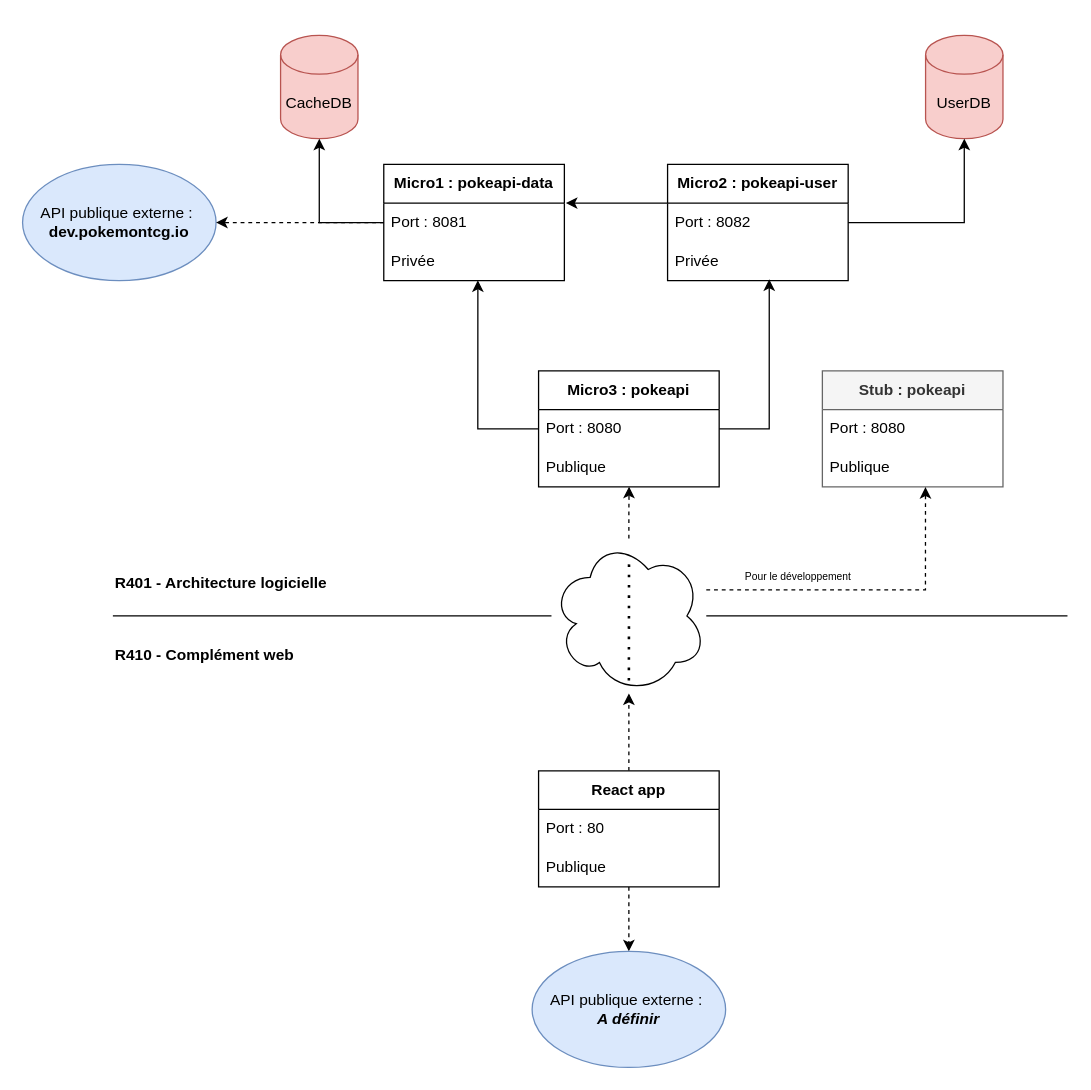
This is commun/Architecture-globale.drawio from PolLamothe/Pokapi, a draw.io file, before an edit. Source tidied: cells renumbered, new cells numbered last; positions are measured from the earlier drawing's top-left corner, leaving out a move shared by most shapes. Both pictures are drawn from the tidied source at 129%, with x=0, y=0 at pixel (22, 35).
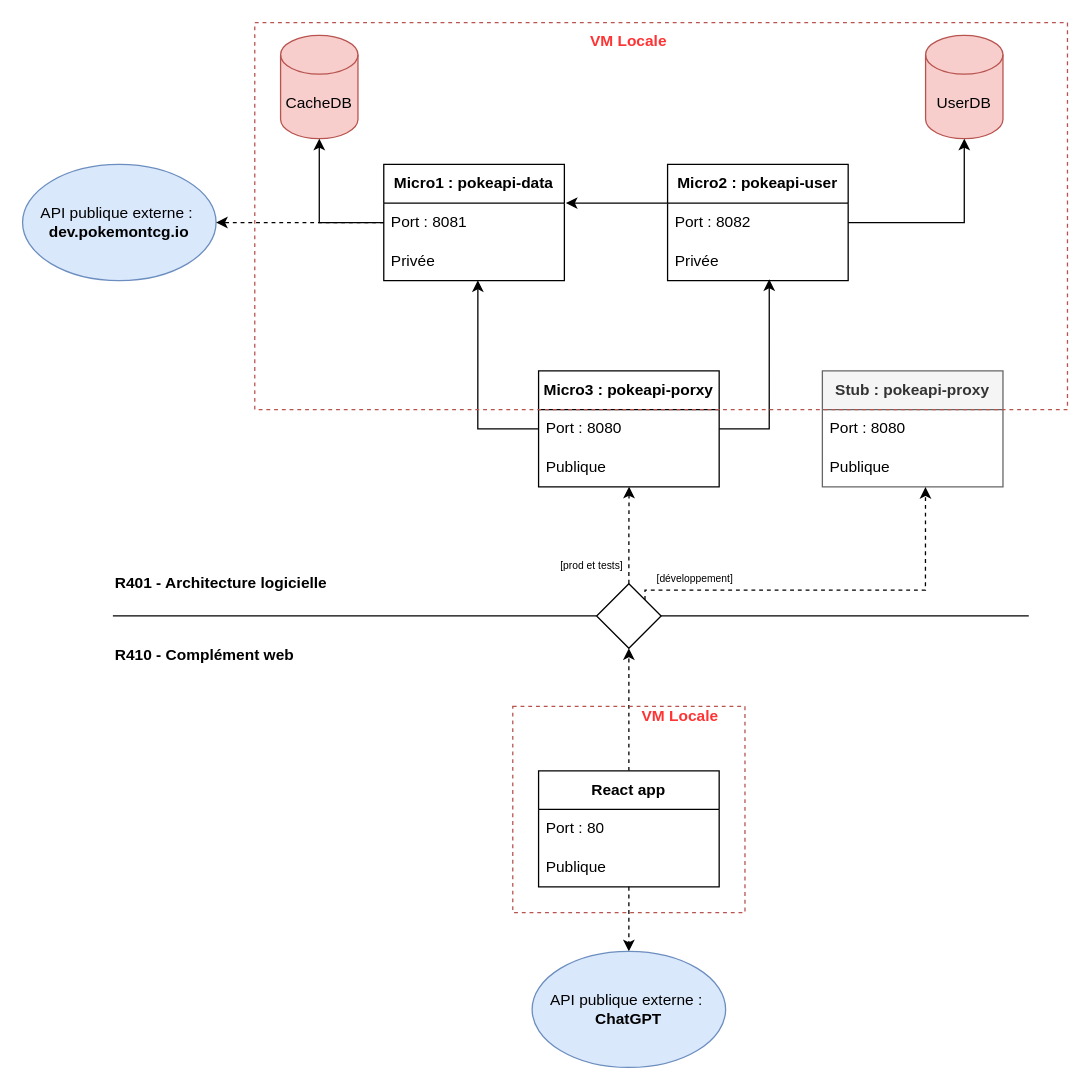
The same page after the edit.

The change refers to these unchanged cells:
```xml
<mxCell id="20" value="Publique" style="text;strokeColor=none;fillColor=none;align=left;verticalAlign=middle;spacingLeft=4;spacingRight=4;overflow=hidden;points=[[0,0.5],[1,0.5]];portConstraint=eastwest;whiteSpace=wrap;html=1;" parent="18" vertex="1">
  <mxGeometry y="60" width="140" height="30" as="geometry" />
</mxCell>
<mxCell id="28" value="&lt;b&gt;React app&lt;/b&gt;" style="swimlane;fontStyle=0;horizontal=1;startSize=30;whiteSpace=wrap;html=1;" parent="1" vertex="1">
  <mxGeometry x="400" y="570" width="140" height="90" as="geometry" />
</mxCell>
<mxCell id="35" value="Publique" style="text;strokeColor=none;fillColor=none;align=left;verticalAlign=middle;spacingLeft=4;spacingRight=4;overflow=hidden;points=[[0,0.5],[1,0.5]];portConstraint=eastwest;whiteSpace=wrap;html=1;" parent="33" vertex="1">
  <mxGeometry y="60" width="140" height="30" as="geometry" />
</mxCell>
```

What changed in the source:
```diff
@@
-    <mxCell id="2" style="endArrow=none;html=1;rounded=0;" parent="1" edge="1" source="24">
-      <mxGeometry relative="1" as="geometry">
-        <mxPoint x="810" y="450" as="targetPoint" />
-      </mxGeometry>
-    </mxCell>
@@
-    <mxCell id="18" value="&lt;b&gt;Micro3 : pokeapi&lt;/b&gt;" style="swimlane;fontStyle=0;horizontal=1;startSize=30;whiteSpace=wrap;html=1;" parent="1" vertex="1">
+    <mxCell id="18" value="&lt;b&gt;Micro3 : pokeapi-porxy&lt;/b&gt;" style="swimlane;fontStyle=0;horizontal=1;startSize=30;whiteSpace=wrap;html=1;" parent="1" vertex="1">
       <mxGeometry x="400" y="260" width="140" height="90" as="geometry" />
     </mxCell>
@@
-    <mxCell id="23" style="endArrow=none;html=1;rounded=0;" parent="1" edge="1" target="24">
+    <mxCell id="23" style="endArrow=none;html=1;rounded=0;" parent="1" edge="1" source="40">
       <mxGeometry relative="1" as="geometry">
-        <mxPoint x="70" y="450" as="sourcePoint" />
+        <mxPoint x="780" y="450" as="targetPoint" />
       </mxGeometry>
     </mxCell>
-    <mxCell id="24" style="shape=cloud;whiteSpace=wrap;html=1;" parent="1" vertex="1">
-      <mxGeometry x="410" y="390" width="120" height="120" as="geometry" />
-    </mxCell>
-    <mxCell id="25" style="edgeStyle=orthogonalEdgeStyle;rounded=0;jettySize=auto;html=1;entryX=0.501;entryY=0.991;entryDx=0;entryDy=0;entryPerimeter=0;dashed=1;" parent="1" edge="1" source="24" target="20">
+    <mxCell id="25" style="edgeStyle=orthogonalEdgeStyle;rounded=0;jettySize=auto;html=1;entryX=0.501;entryY=0.991;entryDx=0;entryDy=0;entryPerimeter=0;dashed=1;exitX=0.5;exitY=0;exitDx=0;exitDy=0;" parent="1" edge="1" source="40" target="20">
       <mxGeometry relative="1" as="geometry" />
     </mxCell>
-    <mxCell id="26" style="edgeStyle=orthogonalEdgeStyle;rounded=0;jettySize=auto;html=1;dashed=1;" parent="1" edge="1" source="28" target="24">
+    <mxCell id="26" style="edgeStyle=orthogonalEdgeStyle;rounded=0;jettySize=auto;html=1;dashed=1;entryX=0.5;entryY=1;entryDx=0;entryDy=0;" parent="1" edge="1" source="28" target="40">
       <mxGeometry relative="1" as="geometry" />
     </mxCell>
@@
-    <mxCell id="31" style="endArrow=none;dashed=1;html=1;dashPattern=1 3;strokeWidth=2;rounded=0;entryX=0.501;entryY=0.133;entryDx=0;entryDy=0;entryPerimeter=0;" parent="1" edge="1" target="24">
-      <mxGeometry relative="1" as="geometry">
-        <mxPoint x="470" y="500" as="sourcePoint" />
-      </mxGeometry>
-    </mxCell>
-    <mxCell id="32" value="API publique externe :&amp;nbsp;&lt;br&gt;&lt;b&gt;&lt;i&gt;A définir&lt;/i&gt;&lt;/b&gt;" style="ellipse;whiteSpace=wrap;html=1;fillColor=#dae8fc;strokeColor=#6c8ebf;" parent="1" vertex="1">
+    <mxCell id="32" value="API publique externe :&amp;nbsp;&lt;br&gt;&lt;b&gt;ChatGPT&lt;/b&gt;" style="ellipse;whiteSpace=wrap;html=1;fillColor=#dae8fc;strokeColor=#6c8ebf;" parent="1" vertex="1">
       <mxGeometry x="395" y="710" width="150" height="90" as="geometry" />
     </mxCell>
-    <mxCell id="33" value="&lt;b&gt;Stub : pokeapi&lt;/b&gt;" style="swimlane;fontStyle=0;horizontal=1;startSize=30;whiteSpace=wrap;html=1;fillColor=#f5f5f5;fontColor=#333333;strokeColor=#666666;" parent="1" vertex="1">
+    <mxCell id="33" value="&lt;b&gt;Stub : pokeapi-proxy&lt;/b&gt;" style="swimlane;fontStyle=0;horizontal=1;startSize=30;whiteSpace=wrap;html=1;fillColor=#f5f5f5;fontColor=#333333;strokeColor=#666666;" parent="1" vertex="1">
       <mxGeometry x="620" y="260" width="140" height="90" as="geometry" />
     </mxCell>
@@
-    <mxCell id="36" style="edgeStyle=orthogonalEdgeStyle;rounded=0;jettySize=auto;html=1;entryX=0.571;entryY=1;entryDx=0;entryDy=0;entryPerimeter=0;dashed=1;" parent="1" edge="1" target="35">
+    <mxCell id="36" style="edgeStyle=orthogonalEdgeStyle;rounded=0;jettySize=auto;html=1;entryX=0.571;entryY=1;entryDx=0;entryDy=0;entryPerimeter=0;dashed=1;exitX=1;exitY=0;exitDx=0;exitDy=0;" parent="1" edge="1" source="40" target="35">
       <mxGeometry relative="1" as="geometry">
-        <mxPoint x="530" y="429.7" as="sourcePoint" />
         <Array as="points">
+          <mxPoint x="483" y="430" />
           <mxPoint x="700" y="430" />
         </Array>
       </mxGeometry>
     </mxCell>
-    <mxCell id="37" value="Pour le développement" style="edgeLabel;html=1;align=center;verticalAlign=middle;fontSize=8;" parent="36" vertex="1">
+    <mxCell id="37" value="[développement]" style="edgeLabel;html=1;align=center;verticalAlign=middle;fontSize=8;" parent="36" vertex="1">
       <mxGeometry x="-0.07" y="-2" relative="1" as="geometry">
-        <mxPoint x="-46" y="-12" as="offset" />
+        <mxPoint x="-97" y="-12" as="offset" />
       </mxGeometry>
     </mxCell>
+    <mxCell id="38" value="[prod et tests]" style="edgeLabel;html=1;align=center;verticalAlign=middle;fontSize=8;" parent="36" vertex="1">
+      <mxGeometry x="-0.07" y="-2" relative="1" as="geometry">
+        <mxPoint x="-177" y="-22" as="offset" />
+      </mxGeometry>
+    </mxCell>
+    <mxCell id="39" style="endArrow=none;html=1;rounded=0;" parent="1" edge="1" target="40">
+      <mxGeometry relative="1" as="geometry">
+        <mxPoint x="70" y="450" as="sourcePoint" />
+      </mxGeometry>
+    </mxCell>
+    <mxCell id="40" style="rhombus;whiteSpace=wrap;html=1;" parent="1" vertex="1">
+      <mxGeometry x="445" y="425" width="50" height="50" as="geometry" />
+    </mxCell>
+    <mxCell id="41" style="group;" parent="1" vertex="1">
+      <mxGeometry x="180" y="-10" width="630" height="300" as="geometry" />
+    </mxCell>
+    <mxCell id="42" style="rounded=0;whiteSpace=wrap;html=1;dashed=1;perimeterSpacing=0;fillColor=none;strokeColor=#b85450;" parent="41" vertex="1">
+      <mxGeometry width="630" height="300" as="geometry" />
+    </mxCell>
+    <mxCell id="43" value="&lt;b&gt;VM Locale&lt;/b&gt;" style="text;html=1;strokeColor=none;fillColor=none;align=center;verticalAlign=middle;whiteSpace=wrap;rounded=0;fontColor=#FF3333;" parent="41" vertex="1">
+      <mxGeometry x="245" width="90" height="30" as="geometry" />
+    </mxCell>
+    <mxCell id="44" style="group;" parent="1" vertex="1">
+      <mxGeometry x="380" y="520" width="180" height="160" as="geometry" />
+    </mxCell>
+    <mxCell id="45" style="rounded=0;whiteSpace=wrap;html=1;dashed=1;perimeterSpacing=0;fillColor=none;strokeColor=#b85450;" parent="44" vertex="1">
+      <mxGeometry width="180" height="160" as="geometry" />
+    </mxCell>
+    <mxCell id="46" value="&lt;b&gt;VM Locale&lt;/b&gt;" style="text;html=1;strokeColor=none;fillColor=none;align=center;verticalAlign=middle;whiteSpace=wrap;rounded=0;fontColor=#FF3333;" parent="44" vertex="1">
+      <mxGeometry x="90" width="80" height="16" as="geometry" />
+    </mxCell>
```
